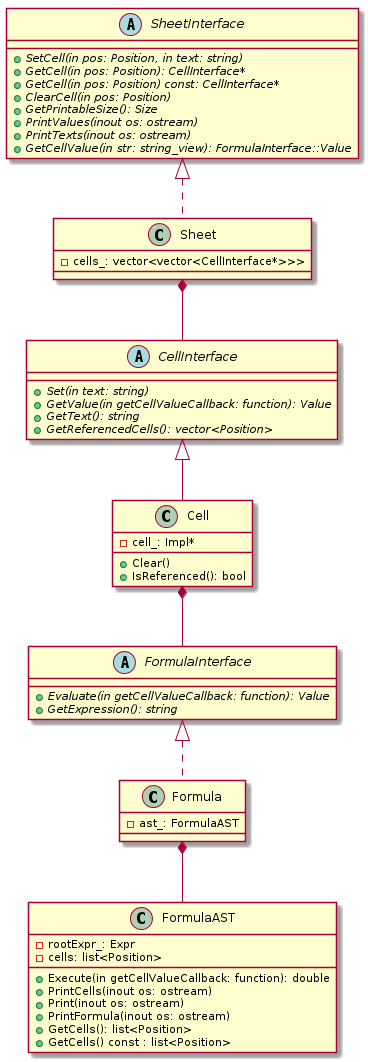
The PlantUML diagram uml/png/table.png in kazarynau/YandexPraktikumFinal, before a commit.
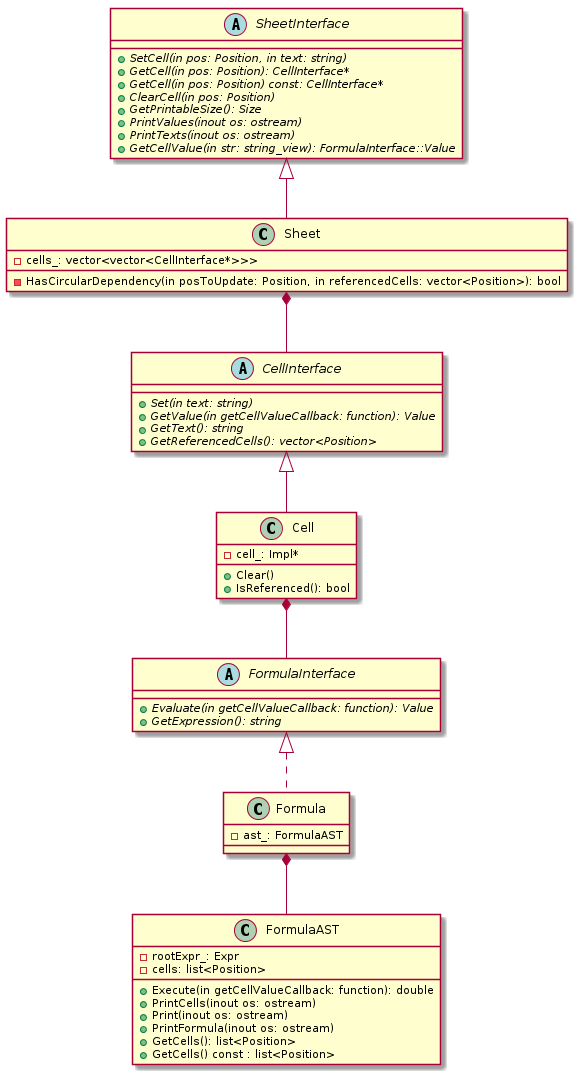
Later version of the same file.

The edit, as a diff of the source:
```diff
@@ -30,9 +30,10 @@
 
 class Sheet {
     -cells_: vector<vector<CellInterface*>>>
+    -HasCircularDependency(in posToUpdate: Position, in referencedCells: vector<Position>): bool
 }
 
-class Sheet implements SheetInterface
+class Sheet extends SheetInterface
 
 
 abstract class Expr {
```
